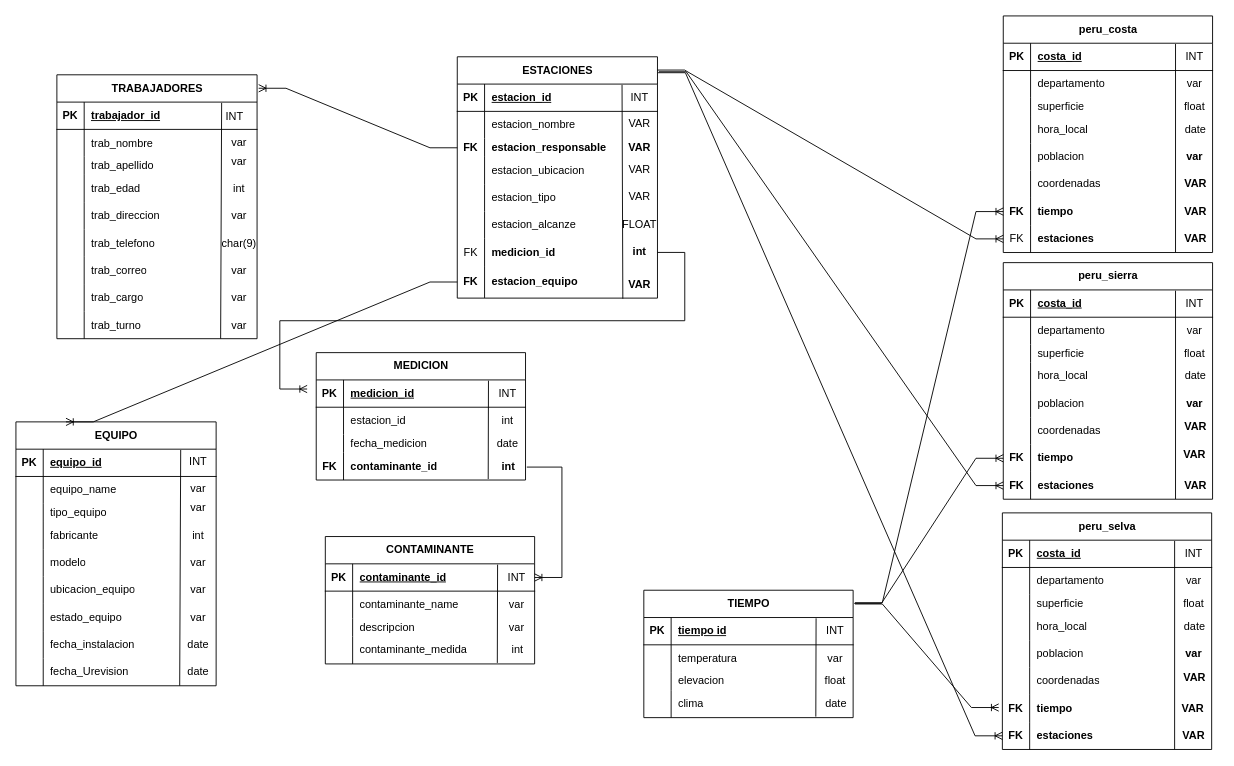
Above: Diagrama sin título.drawio in Sam282004/DB-CARRION (draw.io), before the change. Source tidied: cells renumbered, new cells numbered last; positions are measured from the earlier drawing's top-left corner, leaving out a move shared by most shapes. Both pictures are drawn from the tidied source at 91%, with x=0, y=0 at pixel (15, 15).
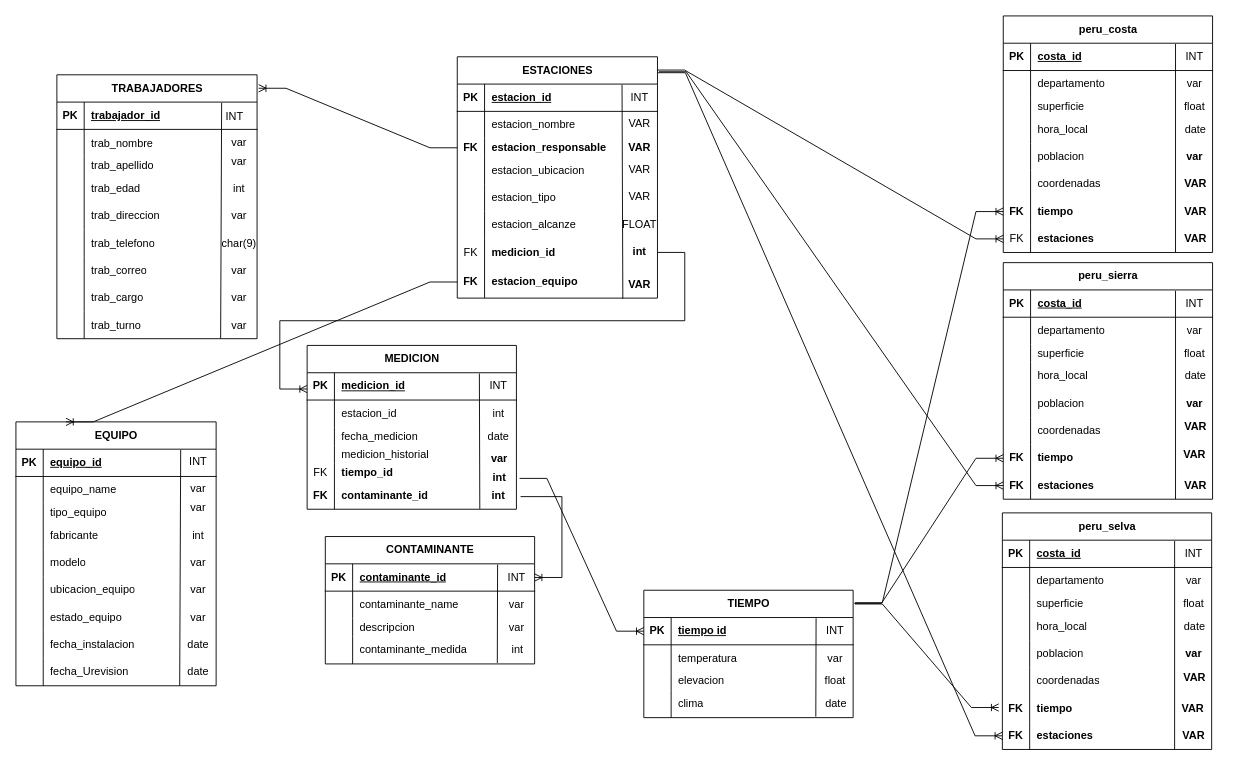
Above is the later version.

The change refers to these unchanged cells:
```xml
<mxCell id="213" style="shape=tableRow;horizontal=0;startSize=0;swimlaneHead=0;swimlaneBody=0;fillColor=none;points=[[0,0.5],[1,0.5]];portConstraint=eastwest;top=0;left=0;right=0;bottom=1;" parent="212" vertex="1">
  <mxGeometry y="30" width="230" height="30" as="geometry" />
</mxCell>
<mxCell id="240" style="shape=tableRow;horizontal=0;startSize=0;swimlaneHead=0;swimlaneBody=0;fillColor=none;points=[[0,0.5],[1,0.5]];portConstraint=eastwest;top=0;left=0;right=0;bottom=1;" parent="239" vertex="1">
  <mxGeometry y="30" width="230" height="30" as="geometry" />
</mxCell>
<mxCell id="270" value="INT" style="text;html=1;align=center;verticalAlign=middle;points=[];strokeColor=none;fillColor=none;" parent="1" vertex="1">
  <mxGeometry x="530" y="602.1" width="40" height="30" as="geometry" />
</mxCell>
```

Change to the diagram source:
```diff
@@
     <mxCell id="239" value="MEDICION" style="shape=table;startSize=30;childLayout=tableLayout;rowLines=0;fontStyle=1;align=center;html=1;" parent="1" vertex="1">
-      <mxGeometry x="330" y="370" width="230" height="140" as="geometry" />
+      <mxGeometry x="320" y="362.1" width="230" height="180" as="geometry" />
     </mxCell>
@@
+    <mxCell id="278" style="shape=tableRow;horizontal=0;startSize=0;swimlaneHead=0;swimlaneBody=0;fillColor=none;top=0;left=0;right=0;bottom=0;" parent="239" vertex="1">
+      <mxGeometry y="90" width="230" height="20" as="geometry" />
+    </mxCell>
+    <mxCell id="279" style="shape=partialRectangle;fillColor=none;top=0;left=0;bottom=0;right=0;overflow=hidden;whiteSpace=wrap;html=1;" parent="278" vertex="1">
+      <mxGeometry width="30" height="20" as="geometry" />
+    </mxCell>
+    <mxCell id="280" value="fecha_medicion" style="shape=partialRectangle;fillColor=none;top=0;left=0;bottom=0;right=0;align=left;spacingLeft=6;overflow=hidden;whiteSpace=wrap;html=1;" parent="278" vertex="1">
+      <mxGeometry x="30" width="200" height="20" as="geometry" />
+    </mxCell>
+    <mxCell id="281" style="shape=tableRow;horizontal=0;startSize=0;swimlaneHead=0;swimlaneBody=0;fillColor=none;top=0;left=0;right=0;bottom=0;" parent="239" vertex="1">
+      <mxGeometry y="110" width="230" height="20" as="geometry" />
+    </mxCell>
+    <mxCell id="282" style="shape=partialRectangle;fillColor=none;top=0;left=0;bottom=0;right=0;overflow=hidden;whiteSpace=wrap;html=1;" parent="281" vertex="1">
+      <mxGeometry width="30" height="20" as="geometry" />
+    </mxCell>
+    <mxCell id="283" value="medicion_historial" style="shape=partialRectangle;fillColor=none;top=0;left=0;bottom=0;right=0;align=left;spacingLeft=6;overflow=hidden;whiteSpace=wrap;html=1;" parent="281" vertex="1">
+      <mxGeometry x="30" width="200" height="20" as="geometry" />
+    </mxCell>
     <mxCell id="246" style="shape=tableRow;horizontal=0;startSize=0;swimlaneHead=0;swimlaneBody=0;fillColor=none;top=0;left=0;right=0;bottom=0;" parent="239" vertex="1">
-      <mxGeometry y="90" width="230" height="20" as="geometry" />
+      <mxGeometry y="130" width="230" height="20" as="geometry" />
     </mxCell>
-    <mxCell id="247" style="shape=partialRectangle;fillColor=none;top=0;left=0;bottom=0;right=0;overflow=hidden;whiteSpace=wrap;html=1;" parent="246" vertex="1">
+    <mxCell id="247" value="FK" style="shape=partialRectangle;fillColor=none;top=0;left=0;bottom=0;right=0;overflow=hidden;whiteSpace=wrap;html=1;" parent="246" vertex="1">
       <mxGeometry width="30" height="20" as="geometry" />
     </mxCell>
-    <mxCell id="248" value="fecha_medicion" style="shape=partialRectangle;fillColor=none;top=0;left=0;bottom=0;right=0;align=left;spacingLeft=6;overflow=hidden;whiteSpace=wrap;html=1;" parent="246" vertex="1">
+    <mxCell id="248" value="&lt;b&gt;tiempo_id&lt;/b&gt;" style="shape=partialRectangle;fillColor=none;top=0;left=0;bottom=0;right=0;align=left;spacingLeft=6;overflow=hidden;whiteSpace=wrap;html=1;" parent="246" vertex="1">
       <mxGeometry x="30" width="200" height="20" as="geometry" />
     </mxCell>
     <mxCell id="249" style="shape=tableRow;horizontal=0;startSize=0;swimlaneHead=0;swimlaneBody=0;fillColor=none;points=[[0,0.5],[1,0.5]];portConstraint=eastwest;top=0;left=0;right=0;bottom=0;" parent="239" vertex="1">
-      <mxGeometry y="110" width="230" height="30" as="geometry" />
+      <mxGeometry y="150" width="230" height="30" as="geometry" />
     </mxCell>
@@
+    <mxCell id="256" style="endArrow=none;html=1;rounded=0;exitX=0.823;exitY=0.029;exitDx=0;exitDy=0;exitPerimeter=0;entryX=0.825;entryY=0.988;entryDx=0;entryDy=0;entryPerimeter=0;" parent="239" edge="1" source="240" target="249">
+      <mxGeometry relative="1" as="geometry" />
+    </mxCell>
     <mxCell id="252" value="INT" style="text;html=1;align=center;verticalAlign=middle;strokeColor=none;fillColor=none;" parent="1" vertex="1">
-      <mxGeometry x="520" y="400" width="40" height="30" as="geometry" />
+      <mxGeometry x="510" y="392.1" width="40" height="30" as="geometry" />
     </mxCell>
     <mxCell id="253" value="int" style="text;html=1;align=center;verticalAlign=middle;strokeColor=none;fillColor=none;" parent="1" vertex="1">
-      <mxGeometry x="520" y="430" width="40" height="30" as="geometry" />
+      <mxGeometry x="510" y="422.1" width="40" height="30" as="geometry" />
     </mxCell>
     <mxCell id="254" value="date" style="text;html=1;align=center;verticalAlign=middle;strokeColor=none;fillColor=none;" parent="1" vertex="1">
-      <mxGeometry x="515" y="455" width="50" height="30" as="geometry" />
+      <mxGeometry x="505" y="447.1" width="50" height="30" as="geometry" />
     </mxCell>
-    <mxCell id="255" value="&lt;b&gt;int&lt;/b&gt;" style="text;html=1;align=center;verticalAlign=middle;points=[];strokeColor=none;fillColor=none;" parent="1" vertex="1">
-      <mxGeometry x="521" y="480" width="40" height="30" as="geometry" />
+    <mxCell id="255" value="&lt;b&gt;var&lt;/b&gt;" style="text;html=1;align=center;verticalAlign=middle;points=[];strokeColor=none;fillColor=none;" parent="1" vertex="1">
+      <mxGeometry x="511" y="472.1" width="40" height="30" as="geometry" />
     </mxCell>
-    <mxCell id="256" style="endArrow=none;html=1;rounded=0;exitX=0.823;exitY=0.029;exitDx=0;exitDy=0;exitPerimeter=0;" parent="1" edge="1" source="240">
-      <mxGeometry relative="1" as="geometry">
-        <mxPoint x="519" y="508.9" as="targetPoint" />
-      </mxGeometry>
-    </mxCell>
@@
-    <mxCell id="275" style="edgeStyle=entityRelationEdgeStyle;fontSize=12;html=1;endArrow=ERoneToMany;rounded=0;exitX=1.01;exitY=0.526;exitDx=0;exitDy=0;exitPerimeter=0;" parent="1" edge="1" source="255" target="270">
+    <mxCell id="275" style="edgeStyle=entityRelationEdgeStyle;fontSize=12;html=1;endArrow=ERoneToMany;rounded=0;exitX=1.088;exitY=1.171;exitDx=0;exitDy=0;exitPerimeter=0;" parent="1" edge="1" source="284" target="270">
       <mxGeometry relative="1" as="geometry" />
     </mxCell>
@@
+    <mxCell id="284" value="&lt;b&gt;int&lt;/b&gt;" style="text;html=1;align=center;verticalAlign=middle;points=[];strokeColor=none;fillColor=none;" parent="1" vertex="1">
+      <mxGeometry x="511" y="493.1" width="40" height="30" as="geometry" />
+    </mxCell>
+    <mxCell id="285" value="&lt;b&gt;int&lt;/b&gt;" style="text;html=1;align=center;verticalAlign=middle;strokeColor=none;fillColor=none;" parent="1" vertex="1">
+      <mxGeometry x="510" y="512.1" width="40" height="30" as="geometry" />
+    </mxCell>
+    <mxCell id="286" style="edgeStyle=entityRelationEdgeStyle;fontSize=12;html=1;endArrow=ERoneToMany;rounded=0;exitX=1.062;exitY=0.504;exitDx=0;exitDy=0;exitPerimeter=0;entryX=0;entryY=0.5;entryDx=0;entryDy=0;" parent="1" edge="1" source="284" target="213">
+      <mxGeometry relative="1" as="geometry" />
+    </mxCell>
```
